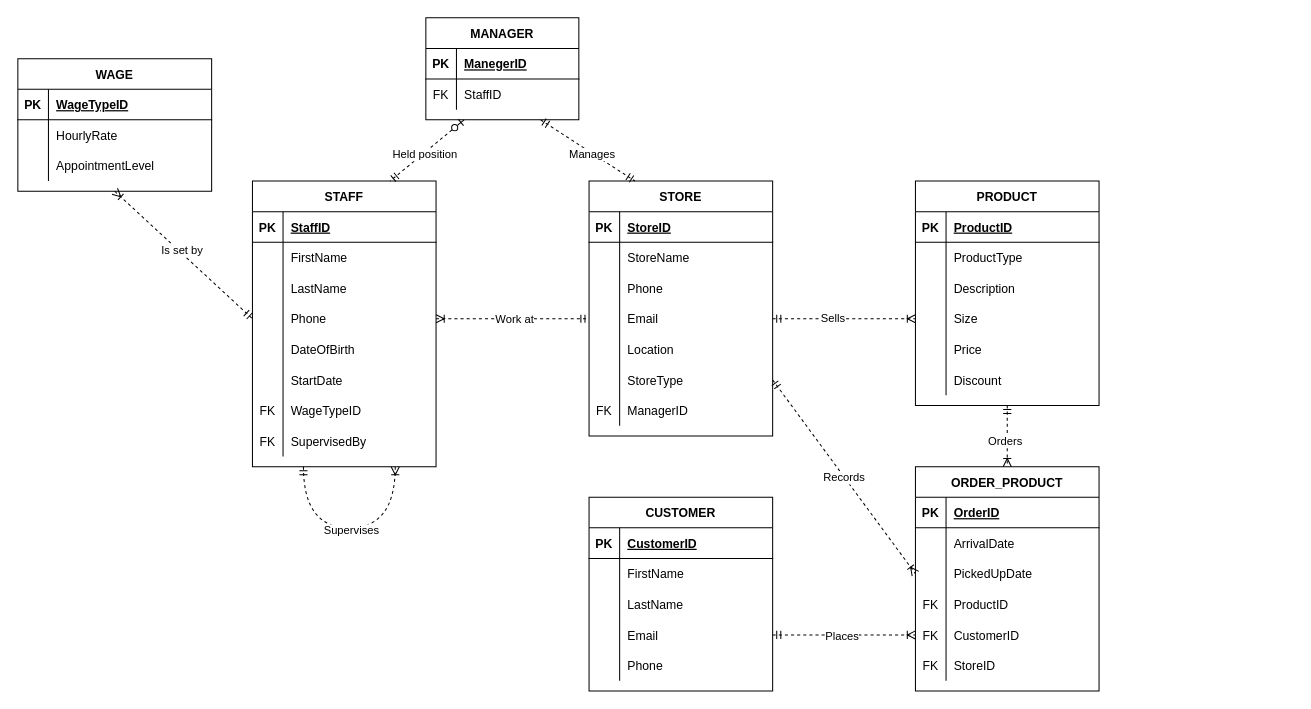
The draw.io diagram FashionERD.drawio in keibee-yod-bst/2814ICT, before the edit. Source tidied: cells renumbered, new cells numbered last; positions are measured from the earlier drawing's top-left corner, leaving out a move shared by most shapes. Both pictures are drawn from the tidied source at 102%, with x=0, y=0 at pixel (17, 17).
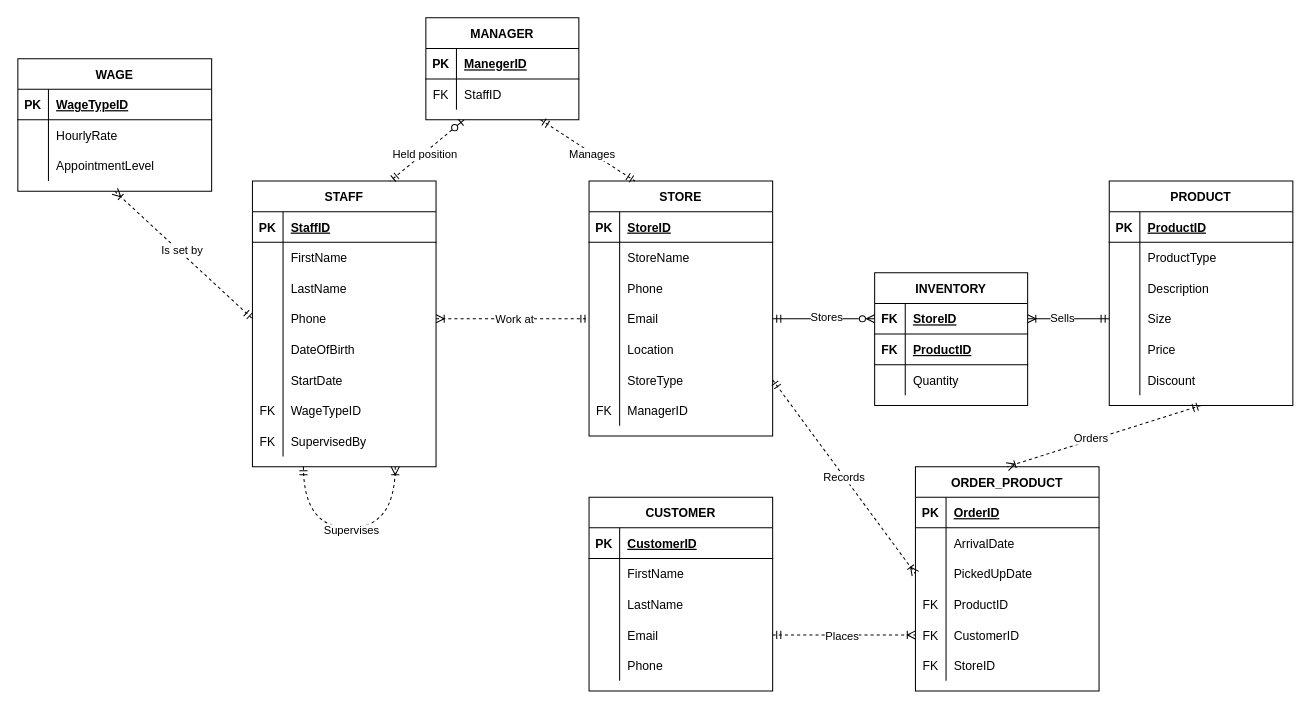
The same page after the edit.

The change refers to these unchanged cells:
```xml
<mxCell id="12" style="shape=partialRectangle;fillColor=none;points=[[0,0.5],[1,0.5]];portConstraint=eastwest;top=0;left=0;right=0;bottom=0;" parent="2" vertex="1">
  <mxGeometry y="120" width="180" height="30" as="geometry" />
</mxCell>
<mxCell id="86" style="shape=partialRectangle;fillColor=none;points=[[0,0.5],[1,0.5]];portConstraint=eastwest;top=0;left=0;right=0;bottom=0;" parent="76" vertex="1">
  <mxGeometry y="120" width="180" height="30" as="geometry" />
</mxCell>
```

The edit, as a diff of the source:
```diff
@@
     <mxCell id="76" value="PRODUCT" style="shape=table;startSize=30;childLayout=tableLayout;rowLines=0;fontStyle=1;align=center;" parent="1" vertex="1">
-      <mxGeometry x="880" y="160" width="180" height="220" as="geometry" />
+      <mxGeometry x="1070" y="160" width="180" height="220" as="geometry" />
     </mxCell>
@@
-    <mxCell id="95" style="endArrow=ERoneToMany;html=1;rounded=0;exitX=1;exitY=0.5;exitDx=0;exitDy=0;entryX=0;entryY=0.5;entryDx=0;entryDy=0;startArrow=ERmandOne;startFill=0;endFill=0;dashed=1;" parent="1" edge="1" source="12" target="86">
+    <mxCell id="95" style="endArrow=ERmandOne;html=1;rounded=0;exitX=1;exitY=0.5;exitDx=0;exitDy=0;entryX=0;entryY=0.5;entryDx=0;entryDy=0;startArrow=ERoneToMany;startFill=0;endFill=0;" parent="1" edge="1" source="139" target="86">
       <mxGeometry relative="1" as="geometry" />
     </mxCell>
@@
+    <mxCell id="138" value="INVENTORY" style="shape=table;startSize=30;childLayout=tableLayout;rowLines=0;fontStyle=1;align=center;" parent="1" vertex="1">
+      <mxGeometry x="840" y="250" width="150" height="130" as="geometry" />
+    </mxCell>
+    <mxCell id="139" style="shape=partialRectangle;fillColor=none;points=[[0,0.5],[1,0.5]];portConstraint=eastwest;top=0;left=0;right=0;bottom=1;" parent="138" vertex="1">
+      <mxGeometry y="30" width="150" height="30" as="geometry" />
+    </mxCell>
+    <mxCell id="140" value="FK" style="shape=partialRectangle;overflow=hidden;fillColor=none;top=0;left=0;bottom=0;right=0;fontStyle=1;" parent="139" vertex="1">
+      <mxGeometry width="30" height="30" as="geometry" />
+    </mxCell>
+    <mxCell id="141" value="StoreID" style="shape=partialRectangle;overflow=hidden;fillColor=none;top=0;left=0;bottom=0;right=0;align=left;spacingLeft=6;fontStyle=5;" parent="139" vertex="1">
+      <mxGeometry x="30" width="120" height="30" as="geometry" />
+    </mxCell>
+    <mxCell id="142" style="shape=partialRectangle;fillColor=none;top=0;left=0;right=0;bottom=1;" parent="138" vertex="1">
+      <mxGeometry y="60" width="150" height="30" as="geometry" />
+    </mxCell>
+    <mxCell id="143" value="FK" style="shape=partialRectangle;overflow=hidden;fillColor=none;top=0;left=0;bottom=0;right=0;fontStyle=1;" parent="142" vertex="1">
+      <mxGeometry width="30" height="30" as="geometry" />
+    </mxCell>
+    <mxCell id="144" value="ProductID" style="shape=partialRectangle;overflow=hidden;fillColor=none;top=0;left=0;bottom=0;right=0;align=left;spacingLeft=6;fontStyle=5;" parent="142" vertex="1">
+      <mxGeometry x="30" width="120" height="30" as="geometry" />
+    </mxCell>
+    <mxCell id="145" style="shape=partialRectangle;fillColor=none;top=0;left=0;right=0;bottom=0;" parent="138" vertex="1">
+      <mxGeometry y="90" width="150" height="30" as="geometry" />
+    </mxCell>
+    <mxCell id="146" style="shape=partialRectangle;overflow=hidden;fillColor=none;top=0;left=0;bottom=0;right=0;" parent="145" vertex="1">
+      <mxGeometry width="30" height="30" as="geometry" />
+    </mxCell>
+    <mxCell id="147" value="Quantity" style="shape=partialRectangle;overflow=hidden;fillColor=none;top=0;left=0;bottom=0;right=0;align=left;spacingLeft=6;" parent="145" vertex="1">
+      <mxGeometry x="30" width="120" height="30" as="geometry" />
+    </mxCell>
+    <mxCell id="148" style="endArrow=ERzeroToMany;html=1;rounded=0;exitX=1;exitY=0.5;exitDx=0;exitDy=0;entryX=0;entryY=0.5;entryDx=0;entryDy=0;startArrow=ERmandOne;startFill=0;endFill=0;" parent="1" edge="1" source="12" target="139">
+      <mxGeometry relative="1" as="geometry" />
+    </mxCell>
+    <mxCell id="149" value="Stores" style="edgeLabel;html=1;align=center;verticalAlign=middle;" parent="148" vertex="1">
+      <mxGeometry x="0.03" y="2" relative="1" as="geometry" />
+    </mxCell>
```
